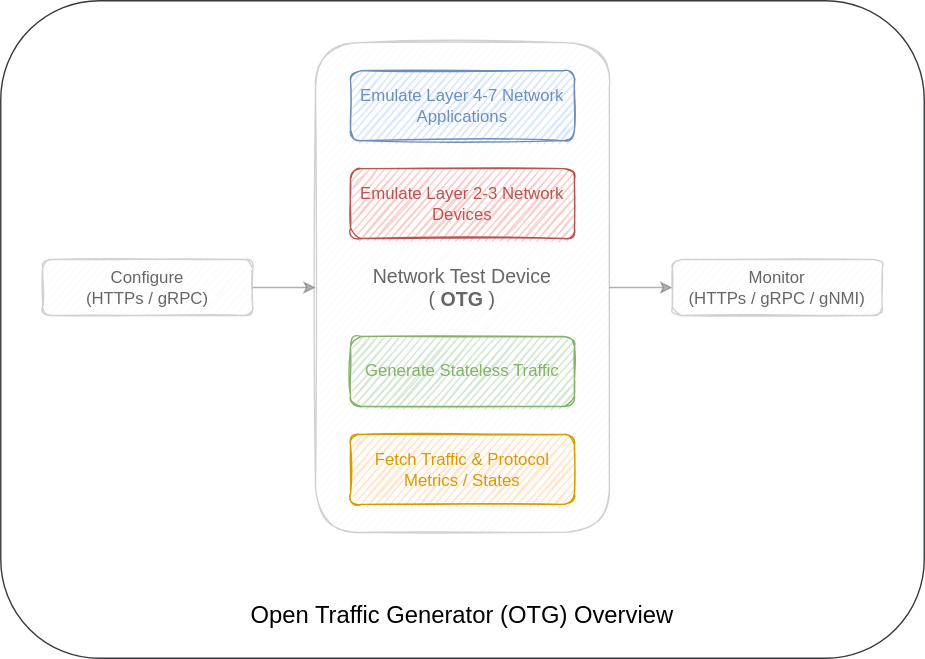
Above: profile/otg-overview.drawio.svg in open-traffic-generator/.github (draw.io), before the change. Source tidied: cells renumbered, new cells last; positions are measured from the earlier drawing's top-left corner, leaving out a move shared by most shapes. Source of this version:
```xml
<mxGraphModel>
  <root>
    <mxCell id="0" />
    <mxCell id="1" parent="0" />
    <mxCell id="2" style="rounded=1;whiteSpace=wrap;html=1;fillColor=#FFFFFF;strokeColor=#36393d;" parent="1" vertex="1">
      <mxGeometry width="660" height="470" as="geometry" />
    </mxCell>
    <mxCell id="3" value="&lt;font color=&quot;#666666&quot; style=&quot;font-size: 14px&quot;&gt;Network Test Device&lt;br&gt;(&lt;b&gt;OTG&lt;/b&gt;)&lt;/font&gt;" style="rounded=1;whiteSpace=wrap;html=1;fillColor=#f5f5f5;strokeColor=#666666;sketch=1;fontColor=#333333;opacity=30;" parent="1" vertex="1">
      <mxGeometry x="225" y="30" width="210" height="350" as="geometry" />
    </mxCell>
    <mxCell id="4" value="&lt;font color=&quot;#b85450&quot;&gt;Emulate Layer 2-3 Network Devices&lt;/font&gt;" style="rounded=1;whiteSpace=wrap;html=1;fillColor=#f8cecc;strokeColor=#b85450;sketch=1;" parent="1" vertex="1">
      <mxGeometry x="250" y="120" width="160" height="50" as="geometry" />
    </mxCell>
    <mxCell id="5" value="&lt;font color=&quot;#82b366&quot;&gt;Generate Stateless Traffic&lt;br&gt;&lt;/font&gt;" style="rounded=1;whiteSpace=wrap;html=1;fillColor=#d5e8d4;strokeColor=#82b366;sketch=1;" parent="1" vertex="1">
      <mxGeometry x="250" y="240" width="160" height="50" as="geometry" />
    </mxCell>
    <mxCell id="6" value="&lt;font color=&quot;#000000&quot; style=&quot;font-size: 17px&quot;&gt;Open Traffic Generator (OTG) Overview&lt;/font&gt;" style="text;html=1;strokeColor=none;fillColor=none;align=center;verticalAlign=middle;whiteSpace=wrap;rounded=0;fontColor=#82B366;" parent="1" vertex="1">
      <mxGeometry x="165" y="410" width="330" height="60" as="geometry" />
    </mxCell>
    <mxCell id="7" value="&lt;font color=&quot;#6c8ebf&quot;&gt;Emulate Layer 4-7 Network&lt;br&gt;Applications&lt;br&gt;&lt;/font&gt;" style="rounded=1;whiteSpace=wrap;html=1;fillColor=#dae8fc;strokeColor=#6c8ebf;sketch=1;" parent="1" vertex="1">
      <mxGeometry x="250" y="50" width="160" height="50" as="geometry" />
    </mxCell>
    <mxCell id="8" style="endArrow=classic;html=1;entryX=0;entryY=0.5;entryDx=0;entryDy=0;exitX=1;exitY=0.5;exitDx=0;exitDy=0;strokeColor=#666666;opacity=50;" parent="1" edge="1" source="10" target="3">
      <mxGeometry relative="1" as="geometry" />
    </mxCell>
    <mxCell id="9" style="endArrow=classic;html=1;entryX=0;entryY=0.5;entryDx=0;entryDy=0;exitX=1;exitY=0.5;exitDx=0;exitDy=0;strokeColor=#666666;opacity=50;" parent="1" edge="1" source="3" target="11">
      <mxGeometry relative="1" as="geometry" />
    </mxCell>
    <mxCell id="10" value="&lt;font color=&quot;#666666&quot;&gt;Configure&lt;br&gt;(HTTPs / gRPC)&lt;br&gt;&lt;/font&gt;" style="rounded=1;whiteSpace=wrap;html=1;fillColor=#f5f5f5;strokeColor=#666666;sketch=1;fontColor=#333333;opacity=30;" parent="1" vertex="1">
      <mxGeometry x="30" y="185" width="150" height="40" as="geometry" />
    </mxCell>
    <mxCell id="11" value="&lt;font color=&quot;#666666&quot;&gt;Monitor&lt;br&gt;(HTTPs / gRPC / gNMI)&lt;br&gt;&lt;/font&gt;" style="rounded=1;whiteSpace=wrap;html=1;fillColor=#f5f5f5;strokeColor=#666666;sketch=1;fontColor=#333333;opacity=30;" parent="1" vertex="1">
      <mxGeometry x="480" y="185" width="150" height="40" as="geometry" />
    </mxCell>
    <mxCell id="12" value="&lt;font color=&quot;#d79b00&quot;&gt;Fetch Traffic &amp;amp; Protocol Metrics / States&lt;/font&gt;" style="rounded=1;whiteSpace=wrap;html=1;fillColor=#ffe6cc;strokeColor=#d79b00;sketch=1;" parent="1" vertex="1">
      <mxGeometry x="250" y="310" width="160" height="50" as="geometry" />
    </mxCell>
  </root>
</mxGraphModel>
```
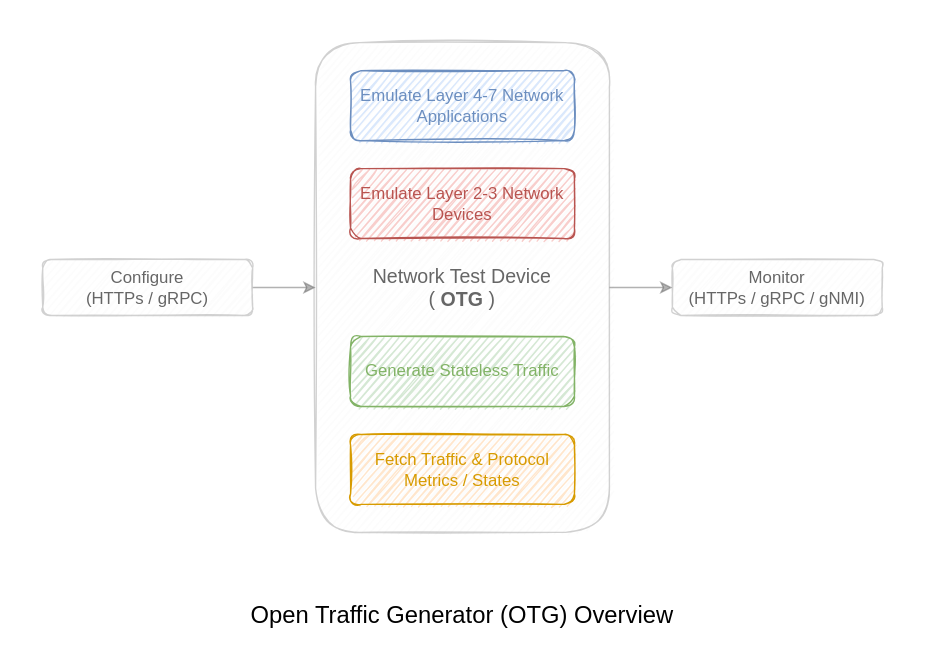
After the change.

Commit message:
reworked text

The edit, as a diff of the source:
```diff
@@ -2,7 +2,7 @@
   <root>
     <mxCell id="0" />
     <mxCell id="1" parent="0" />
-    <mxCell id="2" style="rounded=1;whiteSpace=wrap;html=1;fillColor=#FFFFFF;strokeColor=#36393d;" parent="1" vertex="1">
+    <mxCell id="2" style="rounded=1;whiteSpace=wrap;html=1;fillColor=#FFFFFF;strokeColor=none;" parent="1" vertex="1">
       <mxGeometry width="660" height="470" as="geometry" />
     </mxCell>
     <mxCell id="3" value="&lt;font color=&quot;#666666&quot; style=&quot;font-size: 14px&quot;&gt;Network Test Device&lt;br&gt;(&lt;b&gt;OTG&lt;/b&gt;)&lt;/font&gt;" style="rounded=1;whiteSpace=wrap;html=1;fillColor=#f5f5f5;strokeColor=#666666;sketch=1;fontColor=#333333;opacity=30;" parent="1" vertex="1">
```
